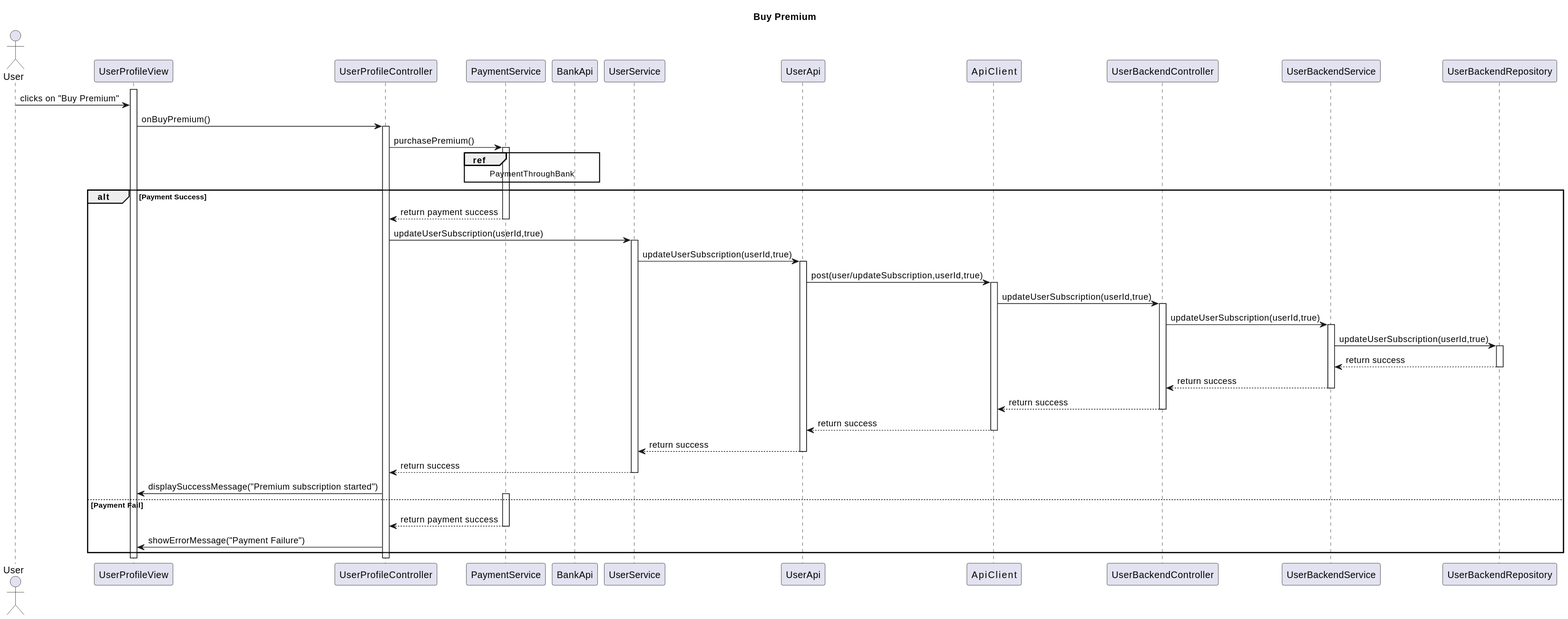
The PlantUML diagram Paradoteo_4/SequenceDiagrams-v0.3/BuyPremium.svg in RubenKingCP/Tunix, before a commit. The source it was exported from:
```plantuml
@startuml
title Buy Premium

actor User

participant UserProfileView
participant UserProfileController
participant PaymentService
participant BankApi
participant UserService
participant UserApi
participant ApiService
participant UserBackendController
participant UserBackendService
participant UserBackendRepository


activate UserProfileView
User -> UserProfileView : clicks on "Buy Premium"
UserProfileView -> UserProfileController : onBuyPremium()
activate UserProfileController
UserProfileController -> PaymentService : purchasePremium()
activate PaymentService
ref over PaymentService, BankApi
PaymentThroughBank
end ref
alt Payment Success
PaymentService --> UserProfileController : return payment success
deactivate PaymentService
UserProfileController -> UserService : updateUserSubscription(userId,true)
activate UserService
UserService -> UserApi : updateUserSubscription(userId,true)
activate UserApi
UserApi -> ApiService : post(user/updateSubscription,userId,true)
activate ApiService
ApiService -> UserBackendController : updateUserSubscription(userId,true)
activate UserBackendController
UserBackendController -> UserBackendService : updateUserSubscription(userId,true)
activate UserBackendService
UserBackendService -> UserBackendRepository : updateUserSubscription(userId,true)
activate UserBackendRepository
UserBackendRepository --> UserBackendService : return success
deactivate UserBackendRepository
UserBackendService --> UserBackendController : return success
deactivate UserBackendService
UserBackendController --> ApiService : return success
deactivate UserBackendController
ApiService --> UserApi : return success
deactivate ApiService
UserApi --> UserService : return success
deactivate UserApi
UserService --> UserProfileController : return success
deactivate UserService
UserProfileController -> UserProfileView : displaySuccessMessage("Premium subscription started")
else Payment Fail
activate PaymentService
PaymentService --> UserProfileController : return payment success
deactivate PaymentService
UserProfileController -> UserProfileView : showErrorMessage("Payment Failure")
end
@enduml
```
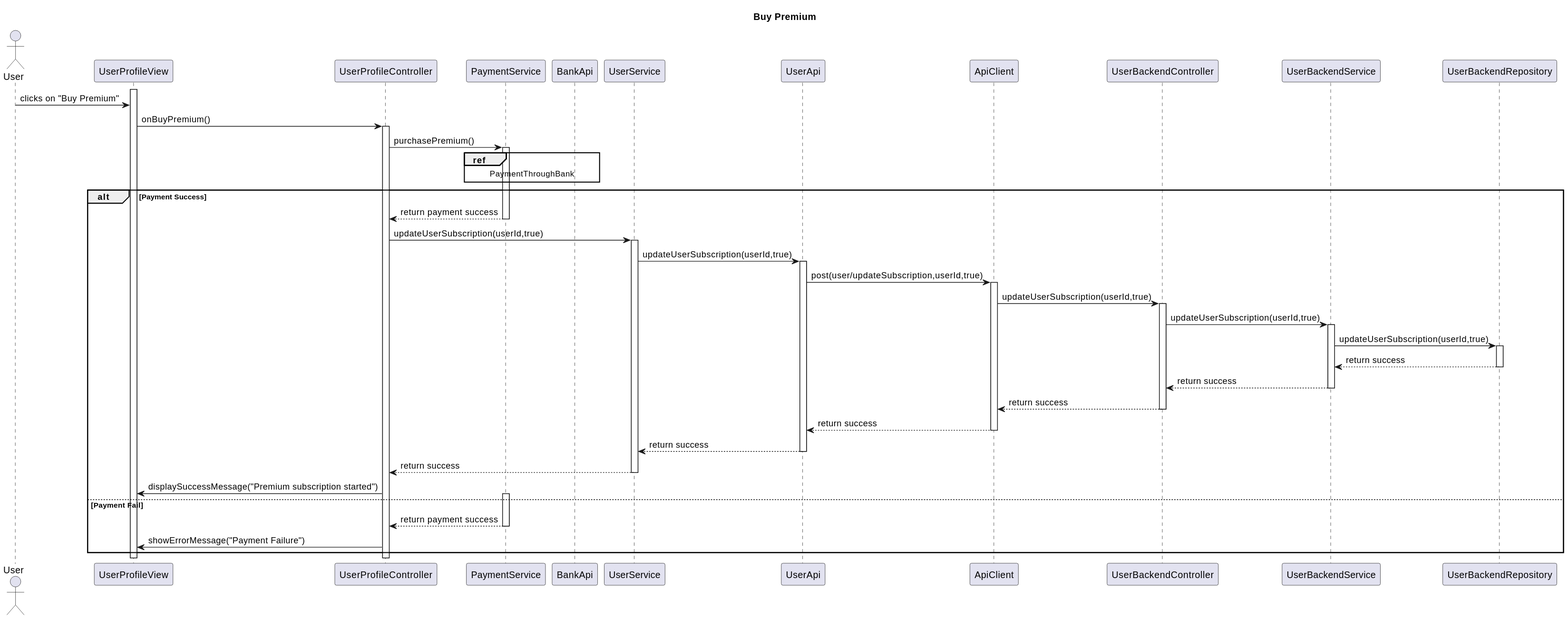
Above is the later version.

What changed in the source:
```diff
@@ -9,7 +9,7 @@
 participant BankApi
 participant UserService
 participant UserApi
-participant ApiService
+participant ApiClient
 participant UserBackendController
 participant UserBackendService
 participant UserBackendRepository
@@ -31,9 +31,9 @@
 activate UserService
 UserService -> UserApi : updateUserSubscription(userId,true)
 activate UserApi
-UserApi -> ApiService : post(user/updateSubscription,userId,true)
-activate ApiService
-ApiService -> UserBackendController : updateUserSubscription(userId,true)
+UserApi -> ApiClient : post(user/updateSubscription,userId,true)
+activate ApiClient
+ApiClient -> UserBackendController : updateUserSubscription(userId,true)
 activate UserBackendController
 UserBackendController -> UserBackendService : updateUserSubscription(userId,true)
 activate UserBackendService
@@ -43,10 +43,10 @@
 deactivate UserBackendRepository
 UserBackendService --> UserBackendController : return success
 deactivate UserBackendService
-UserBackendController --> ApiService : return success
+UserBackendController --> ApiClient : return success
 deactivate UserBackendController
-ApiService --> UserApi : return success
-deactivate ApiService
+ApiClient --> UserApi : return success
+deactivate ApiClient
 UserApi --> UserService : return success
 deactivate UserApi
 UserService --> UserProfileController : return success
```
